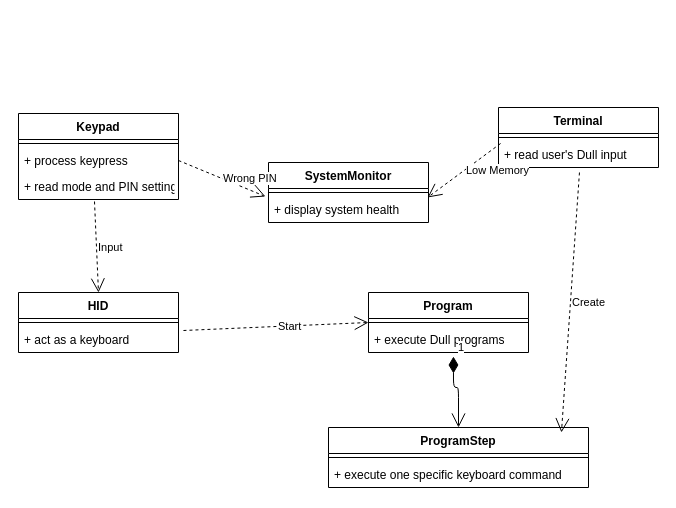
This is page "Domain Model" (1 of 4) of Software/Res/SoftwareArchitecture.drawio from mrstefangrimm/Parc, a draw.io file, before an edit. Source tidied: cells renumbered, new cells numbered last; positions are measured from the earlier drawing's top-left corner, leaving out a move shared by most shapes. Both pictures are drawn from the tidied source at 100%, with x=0, y=0 at pixel (18, 107).
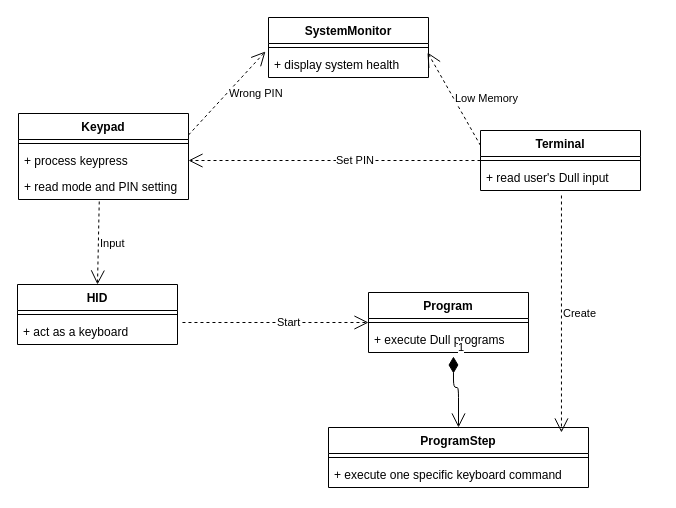
The same diagram, later.

Unchanged cells that the change refers to:
```xml
<mxCell id="4" value="+ read user's Dull input" style="text;strokeColor=none;fillColor=none;align=left;verticalAlign=top;spacingLeft=4;spacingRight=4;overflow=hidden;points=[[0,0.5],[1,0.5]];portConstraint=eastwest;" parent="2" vertex="1">
  <mxGeometry y="34" width="160" height="26" as="geometry" />
</mxCell>
<mxCell id="14" value="+ display system health" style="text;strokeColor=none;fillColor=none;align=left;verticalAlign=top;spacingLeft=4;spacingRight=4;overflow=hidden;points=[[0,0.5],[1,0.5]];portConstraint=eastwest;" parent="12" vertex="1">
  <mxGeometry y="34" width="160" height="26" as="geometry" />
</mxCell>
```

Change to the diagram source:
```diff
@@
     <mxCell id="2" value="Terminal" style="swimlane;fontStyle=1;align=center;verticalAlign=top;horizontal=1;startSize=26;" parent="1" vertex="1">
-      <mxGeometry x="480" width="160" height="60" as="geometry" />
+      <mxGeometry x="462" y="23" width="160" height="60" as="geometry" />
     </mxCell>
@@
     <mxCell id="5" value="Keypad" style="swimlane;fontStyle=1;align=center;verticalAlign=top;horizontal=1;startSize=26;" parent="1" vertex="1">
-      <mxGeometry y="6" width="160" height="86" as="geometry" />
+      <mxGeometry y="6" width="170" height="86" as="geometry" />
     </mxCell>
     <mxCell id="6" style="line;strokeWidth=1;fillColor=none;align=left;verticalAlign=middle;spacingTop=-1;spacingLeft=3;spacingRight=3;labelPosition=right;" parent="5" vertex="1">
-      <mxGeometry y="26" width="160" height="8" as="geometry" />
+      <mxGeometry y="26" width="170" height="8" as="geometry" />
     </mxCell>
     <mxCell id="7" value="+ process keypress&#10;" style="text;strokeColor=none;fillColor=none;align=left;verticalAlign=top;spacingLeft=4;spacingRight=4;overflow=hidden;points=[[0,0.5],[1,0.5]];portConstraint=eastwest;" parent="5" vertex="1">
-      <mxGeometry y="34" width="160" height="26" as="geometry" />
+      <mxGeometry y="34" width="170" height="26" as="geometry" />
     </mxCell>
     <mxCell id="8" value="+ read mode and PIN setting&#10;" style="text;strokeColor=none;fillColor=none;align=left;verticalAlign=top;spacingLeft=4;spacingRight=4;overflow=hidden;points=[[0,0.5],[1,0.5]];portConstraint=eastwest;" parent="5" vertex="1">
-      <mxGeometry y="60" width="160" height="26" as="geometry" />
+      <mxGeometry y="60" width="170" height="26" as="geometry" />
     </mxCell>
     <mxCell id="9" value="HID" style="swimlane;fontStyle=1;align=center;verticalAlign=top;horizontal=1;startSize=26;" parent="1" vertex="1">
-      <mxGeometry y="185" width="160" height="60" as="geometry" />
+      <mxGeometry x="-1" y="177" width="160" height="60" as="geometry" />
     </mxCell>
@@
     <mxCell id="12" value="SystemMonitor" style="swimlane;fontStyle=1;align=center;verticalAlign=top;horizontal=1;startSize=26;" parent="1" vertex="1">
-      <mxGeometry x="250" y="55" width="160" height="60" as="geometry" />
+      <mxGeometry x="250" y="-90" width="160" height="60" as="geometry" />
     </mxCell>
@@
-    <mxCell id="24" value="&lt;div&gt;Wrong PIN&lt;/div&gt;" style="endArrow=open;endSize=12;dashed=1;html=1;align=left;exitX=1;exitY=0.5;exitDx=0;exitDy=0;entryX=-0.019;entryY=0;entryDx=0;entryDy=0;entryPerimeter=0;" parent="1" edge="1" source="7" target="14">
+    <mxCell id="24" value="&lt;div&gt;Wrong PIN&lt;/div&gt;" style="endArrow=open;endSize=12;dashed=1;html=1;align=left;exitX=1;exitY=0.25;exitDx=0;exitDy=0;entryX=-0.019;entryY=0;entryDx=0;entryDy=0;entryPerimeter=0;" parent="1" edge="1" source="5" target="14">
       <mxGeometry relative="1" as="geometry" />
     </mxCell>
-    <mxCell id="25" value="Low Memory" style="endArrow=open;endSize=12;dashed=1;html=1;align=left;exitX=0.013;exitY=0.077;exitDx=0;exitDy=0;exitPerimeter=0;entryX=0.994;entryY=0.038;entryDx=0;entryDy=0;entryPerimeter=0;" parent="1" edge="1" source="4" target="14">
+    <mxCell id="25" value="Low Memory" style="endArrow=open;endSize=12;dashed=1;html=1;align=left;exitX=0;exitY=0.25;exitDx=0;exitDy=0;entryX=0.994;entryY=0.038;entryDx=0;entryDy=0;entryPerimeter=0;" parent="1" edge="1" source="2" target="14">
       <mxGeometry relative="1" as="geometry" />
     </mxCell>
@@
+    <mxCell id="27" value="Set PIN" style="endArrow=open;endSize=12;dashed=1;html=1;align=left;entryX=1;entryY=0.5;entryDx=0;entryDy=0;exitX=0;exitY=0.5;exitDx=0;exitDy=0;" parent="1" edge="1" source="2" target="7">
+      <mxGeometry relative="1" as="geometry" />
+    </mxCell>
```
